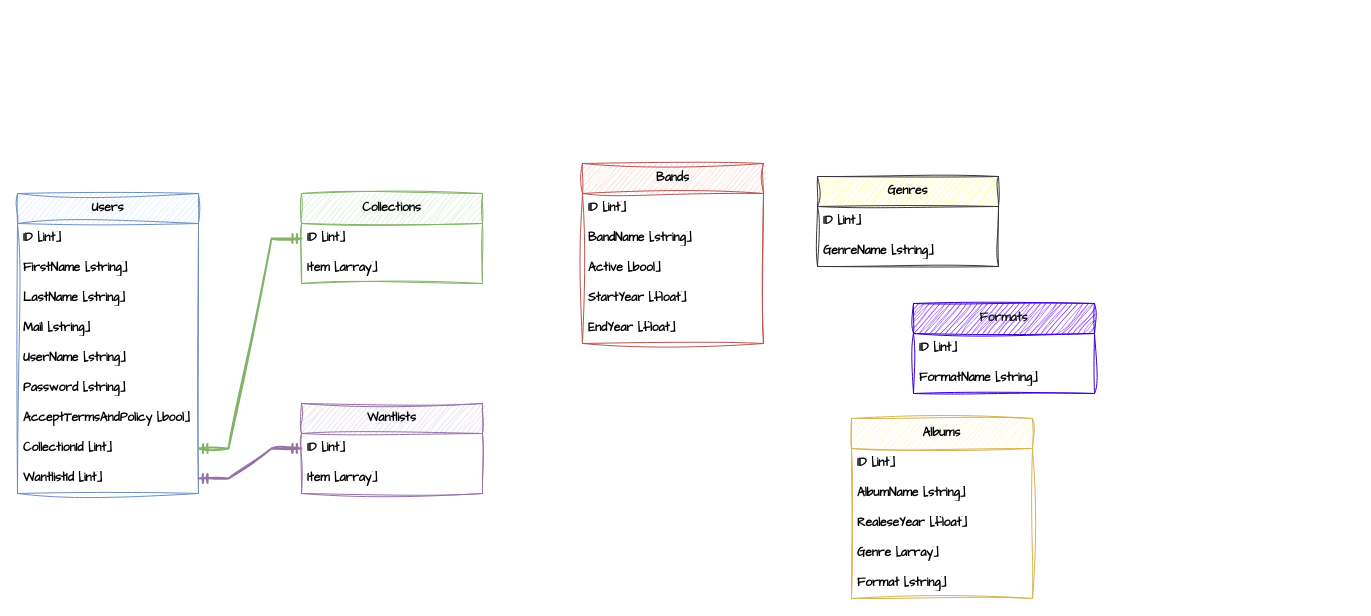
Earlier version of the draw.io diagram CollectionDiagram.drawio (AzadeganFreedom/CollectionDiagram). Source tidied: cells renumbered, new cells numbered last; positions are measured from the earlier drawing's top-left corner, leaving out a move shared by most shapes. Both pictures are drawn from the tidied source at 100%, with x=0, y=0 at pixel (17, 163).
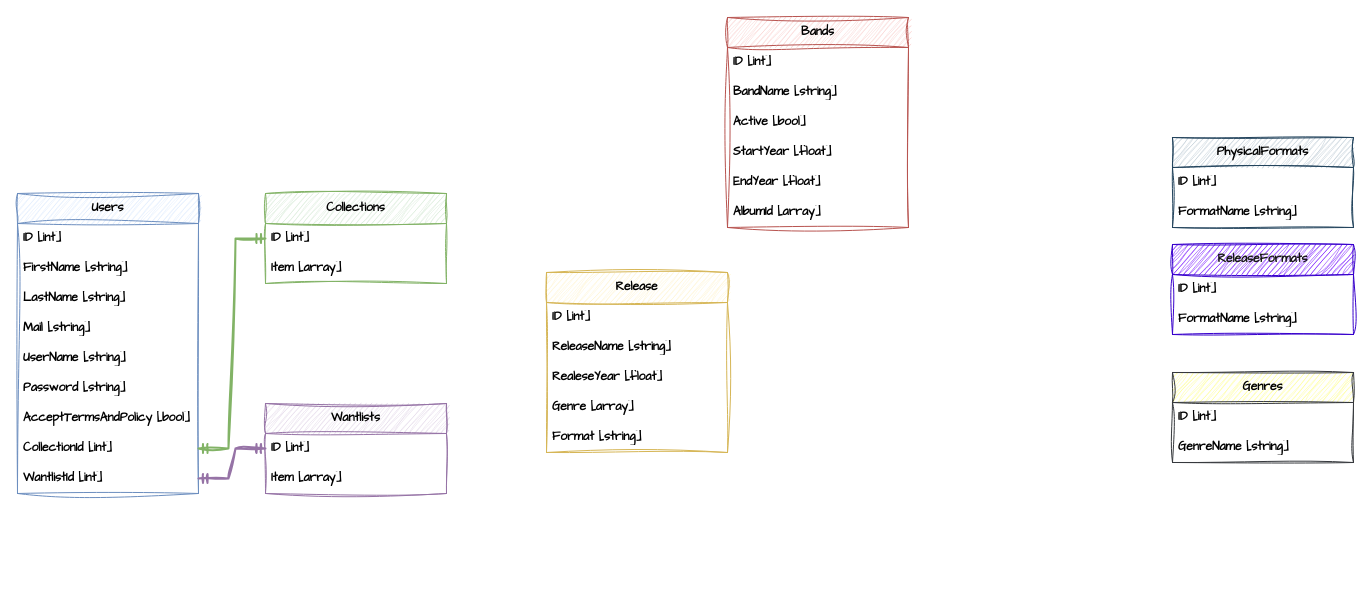
The same page after the edit.

What changed in the source:
```diff
@@
     <mxCell id="12" value="&lt;span&gt;Collections&lt;/span&gt;" style="swimlane;fontStyle=1;horizontal=1;startSize=30;whiteSpace=wrap;html=1;sketch=1;hachureGap=4;jiggle=2;curveFitting=1;fontFamily=Architects Daughter;fillColor=#d5e8d4;strokeColor=#82b366;" parent="1" vertex="1">
-      <mxGeometry x="284" y="30" width="181" height="90" as="geometry" />
+      <mxGeometry x="248" y="30" width="181" height="90" as="geometry" />
     </mxCell>
@@
     <mxCell id="15" value="&lt;span&gt;Bands&lt;/span&gt;" style="swimlane;fontStyle=1;horizontal=1;startSize=30;whiteSpace=wrap;html=1;sketch=1;hachureGap=4;jiggle=2;curveFitting=1;fontFamily=Architects Daughter;fillColor=#f8cecc;strokeColor=#b85450;" parent="1" vertex="1">
-      <mxGeometry x="565" width="181" height="180" as="geometry" />
+      <mxGeometry x="710" y="-146" width="181" height="210" as="geometry" />
     </mxCell>
@@
+    <mxCell id="38" value="AlbumId [array]" style="text;strokeColor=none;fillColor=none;align=left;verticalAlign=middle;spacingLeft=4;spacingRight=4;overflow=hidden;whiteSpace=wrap;html=1;fontFamily=Architects Daughter;fontStyle=1;" parent="15" vertex="1">
+      <mxGeometry y="180" width="181" height="30" as="geometry" />
+    </mxCell>
-    <mxCell id="21" value="&lt;span&gt;Albums&lt;/span&gt;" style="swimlane;fontStyle=1;horizontal=1;startSize=30;whiteSpace=wrap;html=1;sketch=1;hachureGap=4;jiggle=2;curveFitting=1;fontFamily=Architects Daughter;fillColor=#fff2cc;strokeColor=#d6b656;" parent="1" vertex="1">
-      <mxGeometry x="834" y="255" width="181" height="180" as="geometry" />
+    <mxCell id="21" value="&lt;span&gt;Release&lt;/span&gt;" style="swimlane;fontStyle=1;horizontal=1;startSize=30;whiteSpace=wrap;html=1;sketch=1;hachureGap=4;jiggle=2;curveFitting=1;fontFamily=Architects Daughter;fillColor=#fff2cc;strokeColor=#d6b656;" parent="1" vertex="1">
+      <mxGeometry x="529" y="109" width="181" height="180" as="geometry" />
     </mxCell>
@@
-    <mxCell id="23" value="AlbumName [string]" style="text;strokeColor=none;fillColor=none;align=left;verticalAlign=middle;spacingLeft=4;spacingRight=4;overflow=hidden;whiteSpace=wrap;html=1;fontFamily=Architects Daughter;fontStyle=1;" parent="21" vertex="1">
+    <mxCell id="23" value="ReleaseName [string]" style="text;strokeColor=none;fillColor=none;align=left;verticalAlign=middle;spacingLeft=4;spacingRight=4;overflow=hidden;whiteSpace=wrap;html=1;fontFamily=Architects Daughter;fontStyle=1;" parent="21" vertex="1">
       <mxGeometry y="60" width="181" height="30" as="geometry" />
     </mxCell>
@@
     <mxCell id="27" value="&lt;span&gt;Genres&lt;/span&gt;" style="swimlane;fontStyle=1;horizontal=1;startSize=30;whiteSpace=wrap;html=1;sketch=1;hachureGap=4;jiggle=2;curveFitting=1;fontFamily=Architects Daughter;fillColor=#ffff88;strokeColor=#36393d;" parent="1" vertex="1">
-      <mxGeometry x="800" y="13" width="181" height="90" as="geometry" />
+      <mxGeometry x="1155" y="209" width="181" height="90" as="geometry" />
     </mxCell>
@@
     <mxCell id="30" value="&lt;span&gt;Wantlists&lt;/span&gt;" style="swimlane;fontStyle=1;horizontal=1;startSize=30;whiteSpace=wrap;html=1;sketch=1;hachureGap=4;jiggle=2;curveFitting=1;fontFamily=Architects Daughter;fillColor=#e1d5e7;strokeColor=#9673a6;" parent="1" vertex="1">
-      <mxGeometry x="284" y="240" width="181" height="90" as="geometry" />
+      <mxGeometry x="248" y="240" width="181" height="90" as="geometry" />
     </mxCell>
@@
-    <mxCell id="33" value="&lt;span&gt;Formats&lt;/span&gt;" style="swimlane;fontStyle=1;horizontal=1;startSize=30;whiteSpace=wrap;html=1;sketch=1;hachureGap=4;jiggle=2;curveFitting=1;fontFamily=Architects Daughter;fillColor=#6a00ff;strokeColor=#3700CC;fontColor=#141414;labelBorderColor=none;" parent="1" vertex="1">
-      <mxGeometry x="896" y="140" width="181" height="90" as="geometry" />
+    <mxCell id="33" value="&lt;span&gt;ReleaseFormats&lt;/span&gt;" style="swimlane;fontStyle=1;horizontal=1;startSize=30;whiteSpace=wrap;html=1;sketch=1;hachureGap=4;jiggle=2;curveFitting=1;fontFamily=Architects Daughter;fillColor=#6a00ff;strokeColor=#3700CC;fontColor=#141414;labelBorderColor=none;" parent="1" vertex="1">
+      <mxGeometry x="1155" y="81" width="181" height="90" as="geometry" />
     </mxCell>
@@
+    <mxCell id="39" value="&lt;span&gt;PhysicalFormats&lt;/span&gt;" style="swimlane;fontStyle=1;horizontal=1;startSize=30;whiteSpace=wrap;html=1;sketch=1;hachureGap=4;jiggle=2;curveFitting=1;fontFamily=Architects Daughter;fillColor=#bac8d3;strokeColor=#23445d;labelBorderColor=none;" parent="1" vertex="1">
+      <mxGeometry x="1155" y="-26" width="181" height="90" as="geometry" />
+    </mxCell>
+    <mxCell id="40" value="ID [int]" style="text;strokeColor=none;fillColor=none;align=left;verticalAlign=middle;spacingLeft=4;spacingRight=4;overflow=hidden;whiteSpace=wrap;html=1;fontFamily=Architects Daughter;fontStyle=1;" parent="39" vertex="1">
+      <mxGeometry y="30" width="181" height="30" as="geometry" />
+    </mxCell>
+    <mxCell id="41" value="FormatName [string]" style="text;strokeColor=none;fillColor=none;align=left;verticalAlign=middle;spacingLeft=4;spacingRight=4;overflow=hidden;whiteSpace=wrap;html=1;fontFamily=Architects Daughter;fontStyle=1;" parent="39" vertex="1">
+      <mxGeometry y="60" width="181" height="30" as="geometry" />
+    </mxCell>
```
